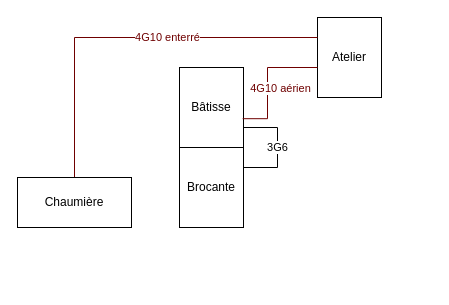
Above: schemas/implantation.drawio in igotchanc3/kerglu-elec (draw.io), before the change. Source tidied: cells renumbered, new cells numbered last; positions are measured from the earlier drawing's top-left corner, leaving out a move shared by most shapes. Both pictures are drawn from the tidied source at 100%, with x=0, y=0 at pixel (17, 17).
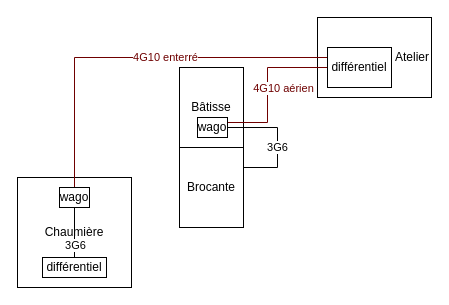
The same page after the edit.

Commit message:
Mettre à jour implantation.drawio

The change refers to these unchanged cells:
```xml
<mxCell id="3" value="Bâtisse" style="rounded=0;whiteSpace=wrap;html=1;" parent="1" vertex="1">
  <mxGeometry x="162" y="50" width="64" height="80" as="geometry" />
</mxCell>
<mxCell id="4" value="Brocante" style="rounded=0;whiteSpace=wrap;html=1;" parent="1" vertex="1">
  <mxGeometry x="162" y="130" width="64" height="80" as="geometry" />
</mxCell>
```

Change to the diagram source:
```diff
@@
-    <mxCell id="2" value="3G6" style="edgeStyle=orthogonalEdgeStyle;rounded=0;jettySize=auto;html=1;entryX=1;entryY=0.5;entryDx=0;entryDy=0;endArrow=none;endFill=0;" parent="1" edge="1" source="3" target="4">
-      <mxGeometry x="-0.16" relative="1" as="geometry">
-        <Array as="points">
-          <mxPoint x="260" y="110" />
-          <mxPoint x="260" y="150" />
-          <mxPoint x="226" y="150" />
-        </Array>
-      </mxGeometry>
-    </mxCell>
@@
-    <mxCell id="5" value="Atelier" style="rounded=0;whiteSpace=wrap;html=1;" parent="1" vertex="1">
-      <mxGeometry x="300" width="64" height="80" as="geometry" />
+    <mxCell id="5" value="Atelier" style="rounded=0;whiteSpace=wrap;html=1;align=right;" parent="1" vertex="1">
+      <mxGeometry x="300" width="114" height="80" as="geometry" />
     </mxCell>
+    <mxCell id="8" value="Chaumière" style="rounded=0;whiteSpace=wrap;html=1;" parent="1" vertex="1">
+      <mxGeometry y="160" width="114" height="110" as="geometry" />
+    </mxCell>
-    <mxCell id="6" value=" " style="edgeStyle=orthogonalEdgeStyle;rounded=0;jettySize=auto;html=1;exitX=0.5;exitY=0;exitDx=0;exitDy=0;endArrow=none;endFill=0;fillColor=#a20025;strokeColor=light-dark(#6F0000,#990000);fontColor=light-dark(#6F0000,#00FF00);" parent="1" edge="1" source="8" target="5">
-      <mxGeometry x="0.05" relative="1" as="geometry">
-        <Array as="points">
-          <mxPoint x="57" y="20" />
-        </Array>
-      </mxGeometry>
+    <mxCell id="6" value=" " style="edgeStyle=orthogonalEdgeStyle;rounded=0;jettySize=auto;html=1;exitX=0.5;exitY=0;exitDx=0;exitDy=0;endArrow=none;endFill=0;fillColor=#a20025;strokeColor=light-dark(#6F0000,#990000);fontColor=light-dark(#6F0000,#00FF00);entryX=0;entryY=0.25;entryDx=0;entryDy=0;" parent="1" edge="1" source="15" target="12">
+      <mxGeometry relative="1" as="geometry" />
     </mxCell>
     <mxCell id="7" value="4G10 enterré" style="edgeLabel;html=1;align=center;verticalAlign=middle;strokeColor=light-dark(#6F0000,#660000);fontColor=light-dark(#6F0000,#990000);" parent="6" vertex="1">
-      <mxGeometry x="0.21" y="1" relative="1" as="geometry" />
+      <mxGeometry x="0.15" y="1" relative="1" as="geometry" />
     </mxCell>
-    <mxCell id="8" value="Chaumière" style="rounded=0;whiteSpace=wrap;html=1;" parent="1" vertex="1">
-      <mxGeometry y="160" width="114" height="50" as="geometry" />
-    </mxCell>
-    <mxCell id="9" style="edgeStyle=orthogonalEdgeStyle;rounded=0;jettySize=auto;html=1;exitX=0.987;exitY=0.64;exitDx=0;exitDy=0;endArrow=none;endFill=0;exitPerimeter=0;fillColor=#a20025;strokeColor=light-dark(#6F0000,#990000);fontColor=light-dark(#6F0000,#00FF00);" parent="1" edge="1" source="3" target="5">
-      <mxGeometry x="0.21" relative="1" as="geometry">
+    <mxCell id="9" style="edgeStyle=orthogonalEdgeStyle;rounded=0;jettySize=auto;html=1;exitX=1;exitY=0.25;exitDx=0;exitDy=0;endArrow=none;endFill=0;fillColor=#a20025;strokeColor=light-dark(#6F0000,#990000);fontColor=light-dark(#6F0000,#00FF00);entryX=0.091;entryY=0.468;entryDx=0;entryDy=0;entryPerimeter=0;" parent="1" edge="1" source="11" target="12">
+      <mxGeometry x="0.2" relative="1" as="geometry">
         <Array as="points">
-          <mxPoint x="250" y="101.2" />
+          <mxPoint x="250" y="105" />
           <mxPoint x="250" y="50" />
+          <mxPoint x="312" y="50" />
         </Array>
       </mxGeometry>
     </mxCell>
     <mxCell id="10" value="4G10 aérien" style="edgeLabel;html=1;align=center;verticalAlign=middle;strokeColor=light-dark(#6F0000,#660000);fontColor=light-dark(#6F0000,#990000);" parent="9" vertex="1">
-      <mxGeometry x="0.33" y="1" relative="1" as="geometry">
+      <mxGeometry x="0.3" y="1" relative="1" as="geometry">
         <mxPoint x="5" y="21" as="offset" />
       </mxGeometry>
     </mxCell>
+    <mxCell id="11" value="wago" style="rounded=0;whiteSpace=wrap;html=1;" parent="1" vertex="1">
+      <mxGeometry x="180" y="100" width="30" height="20" as="geometry" />
+    </mxCell>
+    <mxCell id="2" value="3G6" style="edgeStyle=orthogonalEdgeStyle;rounded=0;jettySize=auto;html=1;entryX=1;entryY=0.5;entryDx=0;entryDy=0;endArrow=none;endFill=0;exitX=1;exitY=0.75;exitDx=0;exitDy=0;" parent="1" edge="1" source="11" target="4">
+      <mxGeometry x="0.01" relative="1" as="geometry">
+        <Array as="points">
+          <mxPoint x="210" y="110" />
+          <mxPoint x="260" y="110" />
+          <mxPoint x="260" y="150" />
+          <mxPoint x="226" y="150" />
+        </Array>
+      </mxGeometry>
+    </mxCell>
+    <mxCell id="12" value="différentiel" style="rounded=0;whiteSpace=wrap;html=1;" parent="1" vertex="1">
+      <mxGeometry x="310" y="30" width="64" height="40" as="geometry" />
+    </mxCell>
+    <mxCell id="13" style="edgeStyle=orthogonalEdgeStyle;rounded=0;jettySize=auto;html=1;endArrow=none;endFill=0;strokeColor=light-dark(#000000,#FFFFFF);" parent="1" edge="1" source="15" target="16">
+      <mxGeometry relative="1" as="geometry" />
+    </mxCell>
+    <mxCell id="14" value="3G6" style="edgeLabel;html=1;align=center;verticalAlign=middle;" parent="13" vertex="1">
+      <mxGeometry x="0.48" relative="1" as="geometry" />
+    </mxCell>
+    <mxCell id="15" value="wago" style="rounded=0;whiteSpace=wrap;html=1;" parent="1" vertex="1">
+      <mxGeometry x="42" y="170" width="30" height="20" as="geometry" />
+    </mxCell>
+    <mxCell id="16" value="différentiel" style="rounded=0;whiteSpace=wrap;html=1;" parent="1" vertex="1">
+      <mxGeometry x="25" y="240" width="64" height="20" as="geometry" />
+    </mxCell>
```
